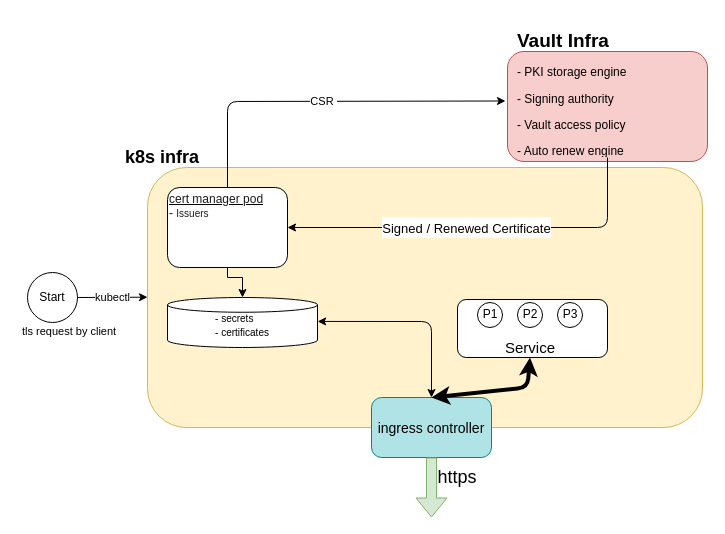
Earlier version of the draw.io diagram Untitled Diagram.drawio (satyajitbaral/drawio). Source tidied: cells renumbered, new cells numbered last; positions are measured from the earlier drawing's top-left corner, leaving out a move shared by most shapes. Both pictures are drawn from the tidied source at 100%, with x=0, y=0 at pixel (17, 27).
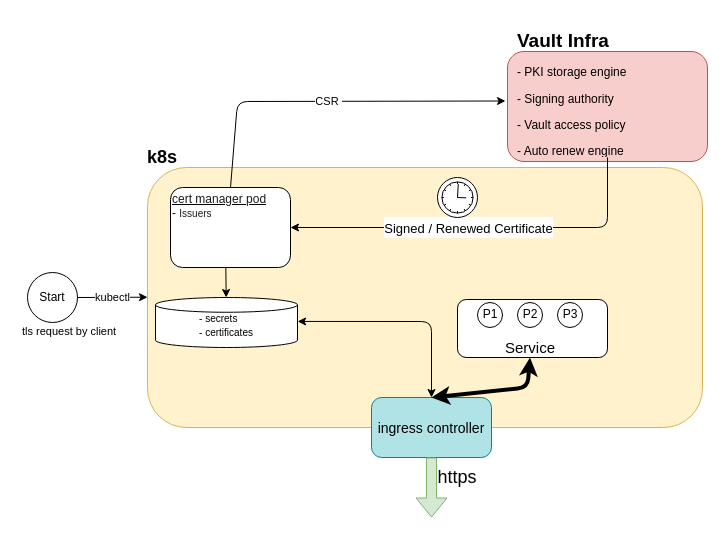
The same diagram, later.

The change refers to these unchanged cells:
```xml
<mxCell id="8" style="rounded=1;whiteSpace=wrap;html=1;fillColor=#f8cecc;strokeColor=#b85450;" parent="1" vertex="1">
  <mxGeometry x="490" y="24" width="200" height="110" as="geometry" />
</mxCell>
```

What changed in the source:
```diff
@@
-    <mxCell id="5" value="k8s infra" style="text;html=1;strokeColor=none;fillColor=none;align=center;verticalAlign=middle;whiteSpace=wrap;rounded=0;fontSize=18;fontStyle=1;" parent="1" vertex="1">
+    <mxCell id="5" value="k8s" style="text;html=1;strokeColor=none;fillColor=none;align=center;verticalAlign=middle;whiteSpace=wrap;rounded=0;fontSize=18;fontStyle=1;" parent="1" vertex="1">
       <mxGeometry x="95" y="120" width="100" height="20" as="geometry" />
     </mxCell>
-    <mxCell id="6" style="edgeStyle=orthogonalEdgeStyle;rounded=0;jettySize=auto;html=1;strokeWidth=1;fontSize=18;" parent="1" edge="1" source="7" target="13">
-      <mxGeometry relative="1" as="geometry">
-        <Array as="points">
-          <mxPoint x="210" y="250" />
-          <mxPoint x="225" y="250" />
-        </Array>
-      </mxGeometry>
-    </mxCell>
     <mxCell id="7" value="&lt;div&gt;&lt;u&gt;&lt;font color=&quot;#1a1a1a&quot;&gt;cert manager pod&lt;/font&gt;&lt;/u&gt;&lt;/div&gt;&lt;div&gt;&lt;font color=&quot;#1a1a1a&quot;&gt;- &lt;font style=&quot;font-size: 10px&quot;&gt;Issuers&lt;/font&gt;&lt;/font&gt;&lt;/div&gt;&lt;div&gt;&lt;font color=&quot;#1a1a1a&quot;&gt;&lt;font style=&quot;font-size: 10px&quot;&gt;&lt;br&gt;&lt;/font&gt;&lt;/font&gt;&lt;/div&gt;&lt;div&gt;&lt;font color=&quot;#1a1a1a&quot;&gt;&lt;font style=&quot;font-size: 10px&quot;&gt;&lt;br&gt;&lt;/font&gt;&lt;/font&gt;&lt;/div&gt;&lt;div&gt;&lt;font color=&quot;#1a1a1a&quot;&gt;&lt;font style=&quot;font-size: 10px&quot;&gt;&lt;br&gt;&lt;/font&gt;&lt;/font&gt;&lt;/div&gt;" style="rounded=1;whiteSpace=wrap;html=1;align=left;" parent="1" vertex="1">
-      <mxGeometry x="150" y="160" width="120" height="80" as="geometry" />
+      <mxGeometry x="153" y="160" width="120" height="80" as="geometry" />
     </mxCell>
@@
     <mxCell id="10" style="endArrow=classic;html=1;fontSize=18;entryX=-0.01;entryY=0.45;entryDx=0;entryDy=0;exitX=0.5;exitY=0;exitDx=0;exitDy=0;entryPerimeter=0;" parent="1" edge="1" source="7" target="8">
       <mxGeometry relative="1" as="geometry">
         <Array as="points">
-          <mxPoint x="210" y="74" />
+          <mxPoint x="220" y="74" />
         </Array>
       </mxGeometry>
     </mxCell>
@@
     <mxCell id="13" value="&lt;div style=&quot;text-align: left&quot;&gt;&lt;span style=&quot;font-size: 10px&quot;&gt;- secrets&lt;/span&gt;&lt;/div&gt;&lt;font style=&quot;font-size: 10px&quot;&gt;&lt;div style=&quot;text-align: left&quot;&gt;&lt;span&gt;- certificates&lt;/span&gt;&lt;/div&gt;&lt;/font&gt;" style="shape=cylinder2;whiteSpace=wrap;html=1;boundedLbl=1;backgroundOutline=1;size=7.379310344827843;fontSize=18;" parent="1" vertex="1">
-      <mxGeometry x="150" y="270" width="150" height="50" as="geometry" />
+      <mxGeometry x="138" y="270" width="142" height="50" as="geometry" />
     </mxCell>
@@
+    <mxCell id="29" style="shape=mxgraph.bpmn.shape;html=1;verticalLabelPosition=bottom;labelBackgroundColor=#ffffff;verticalAlign=top;align=center;perimeter=ellipsePerimeter;outline=standard;symbol=timer;" parent="1" vertex="1">
+      <mxGeometry x="420" y="150" width="40" height="40" as="geometry" />
+    </mxCell>
+    <mxCell id="6" style="endArrow=classic;html=1;exitX=0.461;exitY=0.996;exitDx=0;exitDy=0;exitPerimeter=0;" parent="1" edge="1" source="7" target="13">
+      <mxGeometry relative="1" as="geometry" />
+    </mxCell>
```
